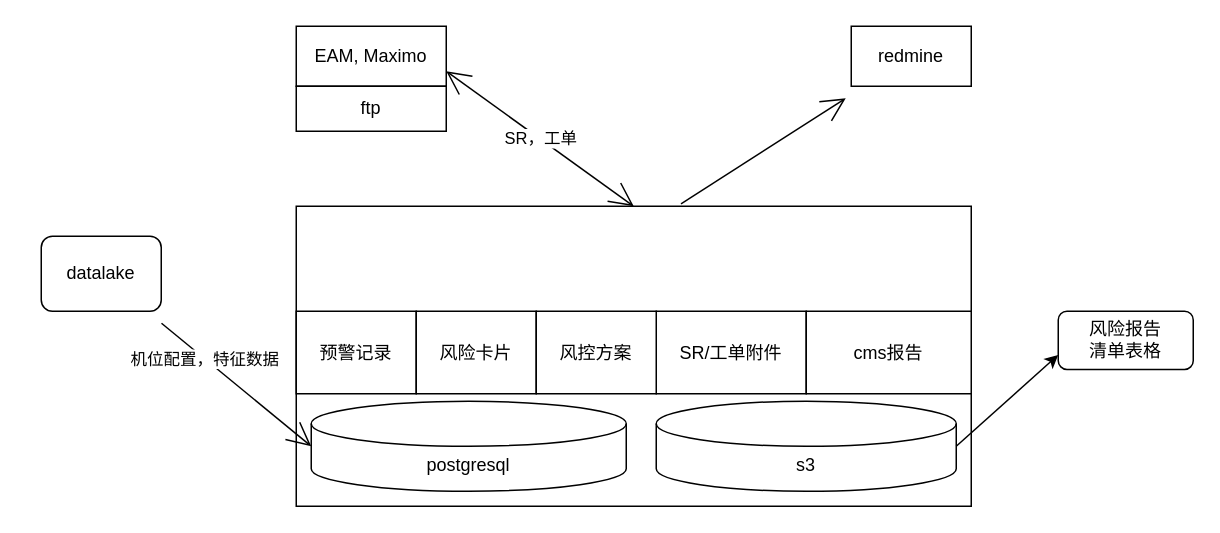
This is 云端透视.drawio from tonyleifang/tony, a draw.io file, before an edit. Source tidied: cells renumbered, new cells numbered last; positions are measured from the earlier drawing's top-left corner, leaving out a move shared by most shapes. Both pictures are drawn from the tidied source at 150%, with x=0, y=0 at pixel (40, 26).
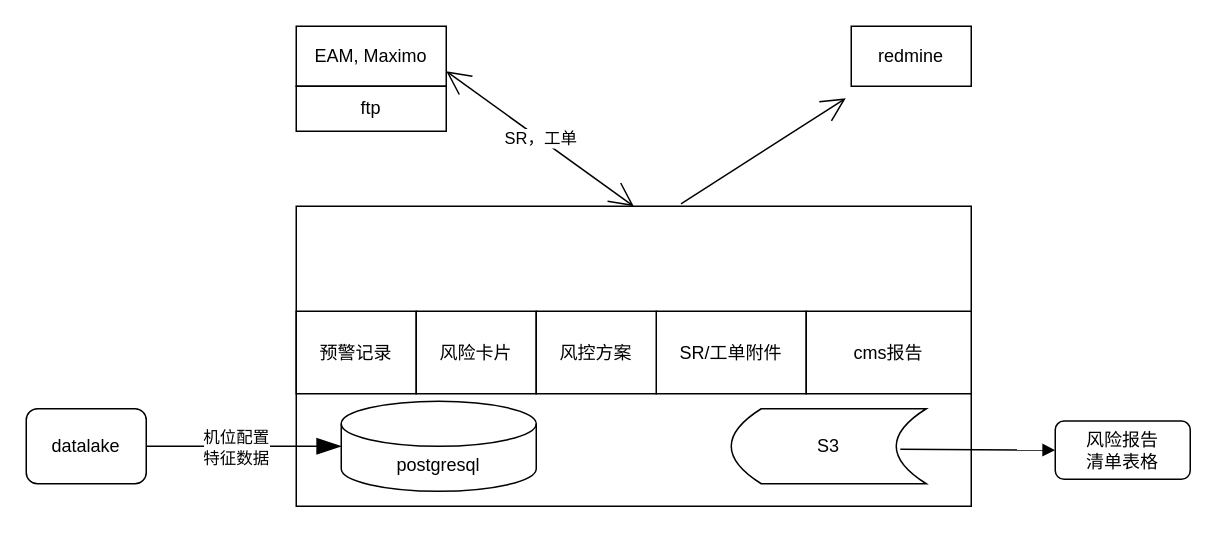
The same diagram, later.

Commit message:
更新云端透视.drawio

Change to the diagram source:
```diff
@@
     <mxCell id="3" value="风险报告&lt;br&gt;清单表格" style="rounded=1;whiteSpace=wrap;html=1;hachureGap=4;" parent="1" vertex="1">
-      <mxGeometry x="678" y="190" width="90" height="38.8" as="geometry" />
+      <mxGeometry x="676" y="263.2" width="90" height="38.8" as="geometry" />
     </mxCell>
@@
     <mxCell id="6" value="&lt;span&gt;postgresql&lt;/span&gt;" style="shape=cylinder3;whiteSpace=wrap;html=1;boundedLbl=1;backgroundOutline=1;size=15;hachureGap=4;" parent="1" vertex="1">
-      <mxGeometry x="180" y="250" width="210" height="60" as="geometry" />
+      <mxGeometry x="200" y="250" width="130" height="60" as="geometry" />
     </mxCell>
-    <mxCell id="7" value="&lt;span&gt;s3&lt;/span&gt;" style="shape=cylinder3;whiteSpace=wrap;html=1;boundedLbl=1;backgroundOutline=1;size=15;hachureGap=4;" parent="1" vertex="1">
-      <mxGeometry x="410" y="250" width="200" height="60" as="geometry" />
-    </mxCell>
-    <mxCell id="8" style="edgeStyle=none;curved=1;rounded=0;jettySize=auto;html=1;startArrow=none;startFill=0;endArrow=open;startSize=14;endSize=14;sourcePerimeterSpacing=8;targetPerimeterSpacing=8;entryX=0;entryY=0.5;entryDx=0;entryDy=0;entryPerimeter=0;" parent="1" edge="1" source="10" target="6">
+    <mxCell id="8" style="edgeStyle=none;curved=1;rounded=0;jettySize=auto;html=1;startArrow=none;startFill=0;endArrow=blockThin;startSize=14;endSize=14;sourcePerimeterSpacing=8;targetPerimeterSpacing=8;entryX=0;entryY=0.5;entryDx=0;entryDy=0;entryPerimeter=0;exitX=1;exitY=0.5;exitDx=0;exitDy=0;endFill=1;" parent="1" edge="1" source="10" target="6">
       <mxGeometry relative="1" as="geometry" />
     </mxCell>
-    <mxCell id="9" value="机位配置，特征数据" style="edgeLabel;html=1;align=center;verticalAlign=middle;" parent="8" vertex="1">
-      <mxGeometry x="-0.43" relative="1" as="geometry" />
+    <mxCell id="9" value="机位配置&lt;br&gt;特征数据" style="edgeLabel;html=1;align=center;verticalAlign=middle;" parent="8" vertex="1">
+      <mxGeometry x="-0.43" relative="1" as="geometry">
+        <mxPoint x="22" as="offset" />
+      </mxGeometry>
     </mxCell>
     <mxCell id="10" value="datalake" style="rounded=1;whiteSpace=wrap;html=1;hachureGap=4;" parent="1" vertex="1">
-      <mxGeometry y="140" width="80" height="50" as="geometry" />
+      <mxGeometry x="-10" y="255" width="80" height="50" as="geometry" />
     </mxCell>
@@
-    <mxCell id="19" style="endArrow=classic;html=1;rounded=0;entryX=0;entryY=0.75;entryDx=0;entryDy=0;" parent="1" edge="1" target="3">
-      <mxGeometry relative="1" as="geometry">
-        <mxPoint x="610" y="280" as="sourcePoint" />
-      </mxGeometry>
+    <mxCell id="19" style="endArrow=block;html=1;rounded=0;entryX=0;entryY=0.5;entryDx=0;entryDy=0;exitX=0.867;exitY=0.54;exitDx=0;exitDy=0;exitPerimeter=0;endFill=1;" parent="1" edge="1" source="20" target="3">
+      <mxGeometry relative="1" as="geometry" />
     </mxCell>
+    <mxCell id="20" value="S3" style="shape=dataStorage;whiteSpace=wrap;html=1;fixedSize=1;" parent="1" vertex="1">
+      <mxGeometry x="460" y="255" width="130" height="50" as="geometry" />
+    </mxCell>
```
